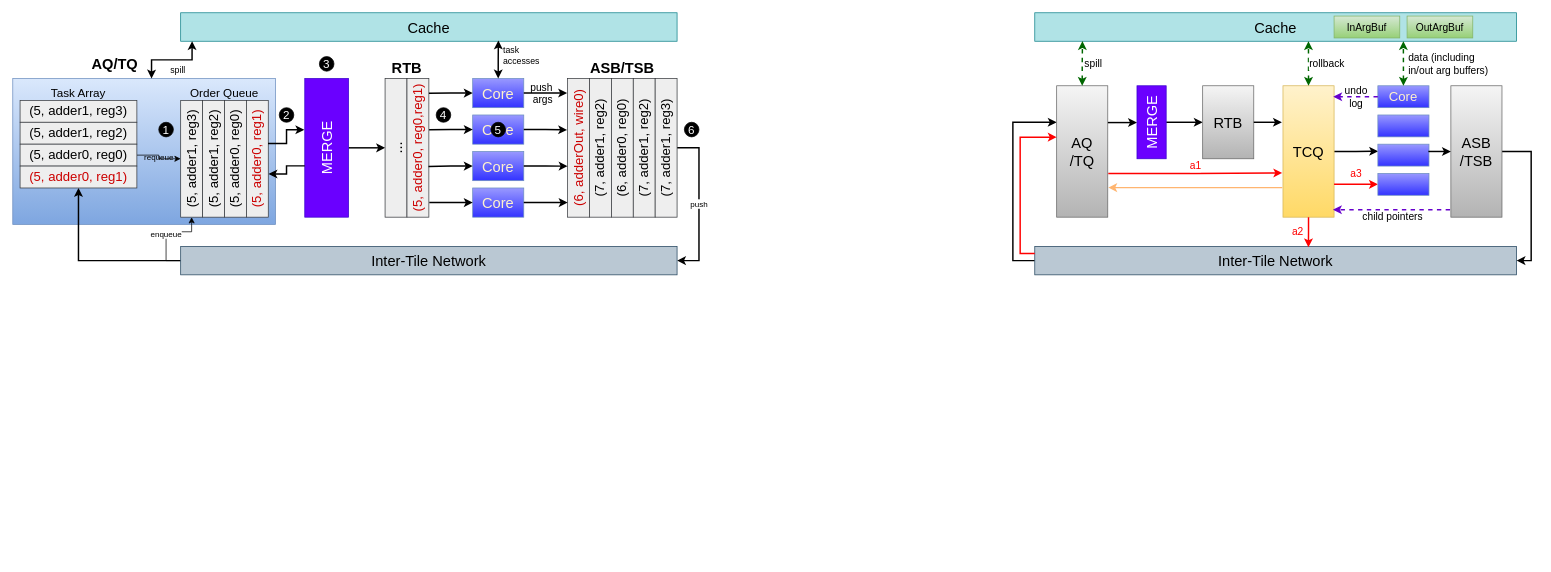
Before: verilator_digrams/专用硬件2_12.drawio in Dercury/CLDK, a draw.io diagram. Source tidied: cells renumbered, new cells numbered last; positions are measured from the earlier drawing's top-left corner, leaving out a move shared by most shapes. Both pictures are drawn from the tidied source at 73%, with x=0, y=0 at pixel (12, 12).
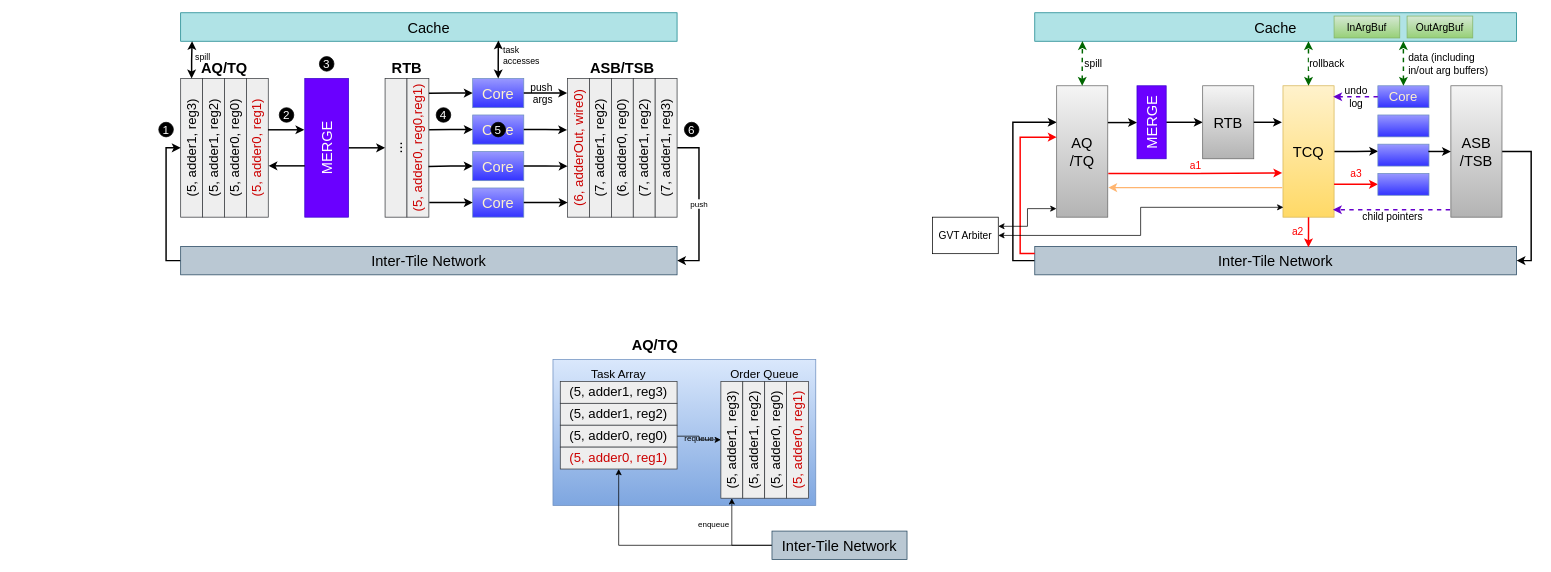
After the change.

Commit message (it also covers changes not shown here):
更新专用硬件2_12.drawio

The change refers to these unchanged cells:
```xml
<mxCell id="21" value="&lt;span style=&quot;font-size: 20px;&quot;&gt;Cache&lt;/span&gt;" style="rounded=0;whiteSpace=wrap;html=1;fillColor=#b0e3e6;strokeColor=#0e8088;" parent="1" vertex="1">
  <mxGeometry x="230" width="680" height="39" as="geometry" />
</mxCell>
<mxCell id="24" value="&lt;span style=&quot;font-size: 20px;&quot;&gt;Inter-Tile Network&lt;/span&gt;" style="rounded=0;whiteSpace=wrap;html=1;fillColor=#bac8d3;strokeColor=#23445d;" parent="1" vertex="1">
  <mxGeometry x="230" y="320" width="680" height="39" as="geometry" />
</mxCell>
<mxCell id="58" value="AQ&lt;div&gt;/TQ&lt;/div&gt;" style="rounded=0;whiteSpace=wrap;html=1;horizontal=1;fontSize=20;fillColor=#f5f5f5;strokeColor=#666666;gradientColor=#b3b3b3;fontStyle=0;" parent="1" vertex="1">
  <mxGeometry x="1430" y="100" width="70" height="180" as="geometry" />
</mxCell>
<mxCell id="61" value="TCQ" style="rounded=0;whiteSpace=wrap;html=1;horizontal=1;fontSize=20;fillColor=#fff2cc;strokeColor=#d6b656;gradientColor=#ffd966;fontStyle=0;" parent="1" vertex="1">
  <mxGeometry x="1740" y="100" width="70" height="180" as="geometry" />
</mxCell>
```

Diff of the diagram source:
```diff
@@
-    <mxCell id="2" style="rounded=0;whiteSpace=wrap;html=1;fillColor=#dae8fc;gradientColor=#7ea6e0;strokeColor=#6c8ebf;" parent="1" vertex="1">
-      <mxGeometry y="90" width="360" height="200" as="geometry" />
-    </mxCell>
     <mxCell id="3" value="(5, adder1, reg3)" style="rounded=0;whiteSpace=wrap;html=1;horizontal=0;fontSize=18;fillColor=#eeeeee;strokeColor=#36393d;" parent="1" vertex="1">
-      <mxGeometry x="230" y="120" width="30" height="160" as="geometry" />
+      <mxGeometry x="230" y="90" width="30" height="190" as="geometry" />
     </mxCell>
     <mxCell id="4" value="(5, adder1, reg2)" style="rounded=0;whiteSpace=wrap;html=1;horizontal=0;fontSize=18;fillColor=#eeeeee;strokeColor=#36393d;" parent="1" vertex="1">
-      <mxGeometry x="260" y="120" width="30" height="160" as="geometry" />
+      <mxGeometry x="260" y="90" width="30" height="190" as="geometry" />
     </mxCell>
     <mxCell id="5" value="(5, adder0, reg0)" style="rounded=0;whiteSpace=wrap;html=1;horizontal=0;fontSize=18;fillColor=#eeeeee;strokeColor=#36393d;" parent="1" vertex="1">
-      <mxGeometry x="290" y="120" width="30" height="160" as="geometry" />
+      <mxGeometry x="290" y="90" width="30" height="190" as="geometry" />
     </mxCell>
     <mxCell id="6" value="(5, adder0, reg1)" style="rounded=0;whiteSpace=wrap;html=1;horizontal=0;fontSize=18;fillColor=#eeeeee;strokeColor=#36393d;fontColor=#CC0000;" parent="1" vertex="1">
-      <mxGeometry x="320" y="120" width="30" height="160" as="geometry" />
+      <mxGeometry x="320" y="90" width="30" height="190" as="geometry" />
     </mxCell>
@@
-    <mxCell id="22" style="edgeStyle=orthogonalEdgeStyle;rounded=0;jettySize=auto;html=1;exitX=0;exitY=0.5;exitDx=0;exitDy=0;entryX=0.5;entryY=1;entryDx=0;entryDy=0;strokeWidth=2;" parent="1" edge="1" source="24" target="50">
+    <mxCell id="22" style="edgeStyle=orthogonalEdgeStyle;rounded=0;jettySize=auto;html=1;exitX=0;exitY=0.5;exitDx=0;exitDy=0;entryX=0;entryY=0.5;entryDx=0;entryDy=0;strokeWidth=2;" parent="1" edge="1" source="24" target="3">
       <mxGeometry relative="1" as="geometry" />
     </mxCell>
-    <mxCell id="23" value="enqueue" style="edgeStyle=orthogonalEdgeStyle;rounded=0;jettySize=auto;html=1;exitX=0;exitY=0.5;exitDx=0;exitDy=0;" parent="1" edge="1" source="24" target="3">
-      <mxGeometry relative="1" as="geometry" />
-    </mxCell>
@@
-    <mxCell id="25" value="spill" style="edgeStyle=orthogonalEdgeStyle;rounded=0;jettySize=auto;html=1;startArrow=classic;startFill=1;entryX=0.023;entryY=0.996;entryDx=0;entryDy=0;entryPerimeter=0;strokeWidth=2;fontSize=12;labelBackgroundColor=none;exitX=0.528;exitY=0;exitDx=0;exitDy=0;exitPerimeter=0;" parent="1" edge="1" source="2" target="21">
+    <mxCell id="25" value="spill" style="edgeStyle=orthogonalEdgeStyle;rounded=0;jettySize=auto;html=1;startArrow=classic;startFill=1;entryX=0.023;entryY=0.996;entryDx=0;entryDy=0;entryPerimeter=0;strokeWidth=2;fontSize=12;labelBackgroundColor=none;" parent="1" edge="1" source="3" target="21">
       <mxGeometry x="0.15" y="-14" relative="1" as="geometry" />
     </mxCell>
@@
     <mxCell id="43" value="AQ/TQ" style="text;html=1;align=center;verticalAlign=middle;whiteSpace=wrap;rounded=0;fontSize=20;fontStyle=1;" parent="1" vertex="1">
-      <mxGeometry x="110" y="55" width="60" height="30" as="geometry" />
+      <mxGeometry x="260" y="60" width="60" height="30" as="geometry" />
     </mxCell>
@@
-    <mxCell id="46" value="(5, adder1, reg3)" style="rounded=0;whiteSpace=wrap;html=1;horizontal=1;fontSize=18;fillColor=#eeeeee;strokeColor=#36393d;" parent="1" vertex="1">
-      <mxGeometry x="10" y="120" width="160" height="30" as="geometry" />
-    </mxCell>
-    <mxCell id="47" value="(5, adder1, reg2)" style="rounded=0;whiteSpace=wrap;html=1;horizontal=1;fontSize=18;fillColor=#eeeeee;strokeColor=#36393d;" parent="1" vertex="1">
-      <mxGeometry x="10" y="150" width="160" height="30" as="geometry" />
-    </mxCell>
-    <mxCell id="48" value="requeue" style="edgeStyle=orthogonalEdgeStyle;rounded=0;jettySize=auto;html=1;exitX=1;exitY=0.5;exitDx=0;exitDy=0;entryX=0;entryY=0.5;entryDx=0;entryDy=0;labelBackgroundColor=none;" parent="1" edge="1" source="49" target="3">
-      <mxGeometry relative="1" as="geometry" />
-    </mxCell>
-    <mxCell id="49" value="(5, adder0, reg0)" style="rounded=0;whiteSpace=wrap;html=1;horizontal=1;fontSize=18;fillColor=#eeeeee;strokeColor=#36393d;" parent="1" vertex="1">
-      <mxGeometry x="10" y="180" width="160" height="30" as="geometry" />
-    </mxCell>
-    <mxCell id="50" value="(5, adder0, reg1)" style="rounded=0;whiteSpace=wrap;html=1;horizontal=1;fontSize=18;fillColor=#eeeeee;strokeColor=#36393d;fontColor=#CC0000;" parent="1" vertex="1">
-      <mxGeometry x="10" y="210" width="160" height="30" as="geometry" />
-    </mxCell>
-    <mxCell id="51" value="Task Array" style="text;html=1;align=center;verticalAlign=middle;whiteSpace=wrap;rounded=0;fontSize=16;fontStyle=0;" parent="1" vertex="1">
-      <mxGeometry x="30" y="100" width="120" height="20" as="geometry" />
-    </mxCell>
-    <mxCell id="52" value="Order Queue" style="text;html=1;align=center;verticalAlign=middle;whiteSpace=wrap;rounded=0;fontSize=16;fontStyle=0;" parent="1" vertex="1">
-      <mxGeometry x="230" y="100" width="120" height="20" as="geometry" />
-    </mxCell>
@@
+    <mxCell id="83" value="GVT Arbiter" style="rounded=0;whiteSpace=wrap;html=1;fontSize=14;" parent="1" vertex="1">
+      <mxGeometry x="1260" y="280" width="90" height="50" as="geometry" />
+    </mxCell>
+    <mxCell id="84" style="edgeStyle=orthogonalEdgeStyle;rounded=0;jettySize=auto;html=1;entryX=0.008;entryY=0.925;entryDx=0;entryDy=0;entryPerimeter=0;startArrow=classic;startFill=1;" parent="1" edge="1" source="83" target="61">
+      <mxGeometry relative="1" as="geometry" />
+    </mxCell>
+    <mxCell id="85" style="edgeStyle=orthogonalEdgeStyle;rounded=0;jettySize=auto;html=1;exitX=1;exitY=0.25;exitDx=0;exitDy=0;entryX=-0.004;entryY=0.935;entryDx=0;entryDy=0;entryPerimeter=0;startArrow=classic;startFill=1;" parent="1" edge="1" source="83" target="58">
+      <mxGeometry relative="1" as="geometry" />
+    </mxCell>
+    <mxCell id="86" style="rounded=0;whiteSpace=wrap;html=1;fillColor=#dae8fc;gradientColor=#7ea6e0;strokeColor=#6c8ebf;" parent="1" vertex="1">
+      <mxGeometry x="740" y="475" width="360" height="200" as="geometry" />
+    </mxCell>
+    <mxCell id="87" value="(5, adder1, reg3)" style="rounded=0;whiteSpace=wrap;html=1;horizontal=0;fontSize=18;fillColor=#eeeeee;strokeColor=#36393d;" parent="1" vertex="1">
+      <mxGeometry x="970" y="505" width="30" height="160" as="geometry" />
+    </mxCell>
+    <mxCell id="88" value="(5, adder1, reg2)" style="rounded=0;whiteSpace=wrap;html=1;horizontal=0;fontSize=18;fillColor=#eeeeee;strokeColor=#36393d;" parent="1" vertex="1">
+      <mxGeometry x="1000" y="505" width="30" height="160" as="geometry" />
+    </mxCell>
+    <mxCell id="89" value="(5, adder0, reg0)" style="rounded=0;whiteSpace=wrap;html=1;horizontal=0;fontSize=18;fillColor=#eeeeee;strokeColor=#36393d;" parent="1" vertex="1">
+      <mxGeometry x="1030" y="505" width="30" height="160" as="geometry" />
+    </mxCell>
+    <mxCell id="90" value="(5, adder0, reg1)" style="rounded=0;whiteSpace=wrap;html=1;horizontal=0;fontSize=18;fillColor=#eeeeee;strokeColor=#36393d;fontColor=#CC0000;" parent="1" vertex="1">
+      <mxGeometry x="1060" y="505" width="30" height="160" as="geometry" />
+    </mxCell>
+    <mxCell id="91" value="AQ/TQ" style="text;html=1;align=center;verticalAlign=middle;whiteSpace=wrap;rounded=0;fontSize=20;fontStyle=1;" parent="1" vertex="1">
+      <mxGeometry x="850" y="440" width="60" height="30" as="geometry" />
+    </mxCell>
+    <mxCell id="46" value="(5, adder1, reg3)" style="rounded=0;whiteSpace=wrap;html=1;horizontal=1;fontSize=18;fillColor=#eeeeee;strokeColor=#36393d;" parent="1" vertex="1">
+      <mxGeometry x="750" y="505" width="160" height="30" as="geometry" />
+    </mxCell>
+    <mxCell id="47" value="(5, adder1, reg2)" style="rounded=0;whiteSpace=wrap;html=1;horizontal=1;fontSize=18;fillColor=#eeeeee;strokeColor=#36393d;" parent="1" vertex="1">
+      <mxGeometry x="750" y="535" width="160" height="30" as="geometry" />
+    </mxCell>
+    <mxCell id="48" value="requeue" style="edgeStyle=orthogonalEdgeStyle;rounded=0;jettySize=auto;html=1;exitX=1;exitY=0.5;exitDx=0;exitDy=0;entryX=0;entryY=0.5;entryDx=0;entryDy=0;labelBackgroundColor=none;" parent="1" edge="1" source="49" target="87">
+      <mxGeometry relative="1" as="geometry" />
+    </mxCell>
+    <mxCell id="49" value="(5, adder0, reg0)" style="rounded=0;whiteSpace=wrap;html=1;horizontal=1;fontSize=18;fillColor=#eeeeee;strokeColor=#36393d;" parent="1" vertex="1">
+      <mxGeometry x="750" y="565" width="160" height="30" as="geometry" />
+    </mxCell>
+    <mxCell id="50" value="(5, adder0, reg1)" style="rounded=0;whiteSpace=wrap;html=1;horizontal=1;fontSize=18;fillColor=#eeeeee;strokeColor=#36393d;fontColor=#CC0000;" parent="1" vertex="1">
+      <mxGeometry x="750" y="595" width="160" height="30" as="geometry" />
+    </mxCell>
+    <mxCell id="51" value="Task Array" style="text;html=1;align=center;verticalAlign=middle;whiteSpace=wrap;rounded=0;fontSize=16;fontStyle=0;" parent="1" vertex="1">
+      <mxGeometry x="770" y="485" width="120" height="20" as="geometry" />
+    </mxCell>
+    <mxCell id="52" value="Order Queue" style="text;html=1;align=center;verticalAlign=middle;whiteSpace=wrap;rounded=0;fontSize=16;fontStyle=0;" parent="1" vertex="1">
+      <mxGeometry x="970" y="485" width="120" height="20" as="geometry" />
+    </mxCell>
+    <mxCell id="23" value="enqueue" style="edgeStyle=orthogonalEdgeStyle;rounded=0;jettySize=auto;html=1;labelBackgroundColor=none;entryX=0.5;entryY=1;entryDx=0;entryDy=0;exitX=0;exitY=0.5;exitDx=0;exitDy=0;" parent="1" edge="1" source="93" target="87">
+      <mxGeometry x="0.41" y="25" relative="1" as="geometry" />
+    </mxCell>
+    <mxCell id="92" style="edgeStyle=orthogonalEdgeStyle;rounded=0;jettySize=auto;html=1;labelBackgroundColor=none;entryX=0.5;entryY=1;entryDx=0;entryDy=0;exitX=0;exitY=0.5;exitDx=0;exitDy=0;" parent="1" edge="1" source="93" target="50">
+      <mxGeometry relative="1" as="geometry" />
+    </mxCell>
+    <mxCell id="93" value="&lt;span style=&quot;font-size: 20px;&quot;&gt;Inter-Tile Network&lt;/span&gt;" style="rounded=0;whiteSpace=wrap;html=1;fillColor=#bac8d3;strokeColor=#23445d;" parent="1" vertex="1">
+      <mxGeometry x="1040" y="710" width="185" height="39" as="geometry" />
+    </mxCell>
```
